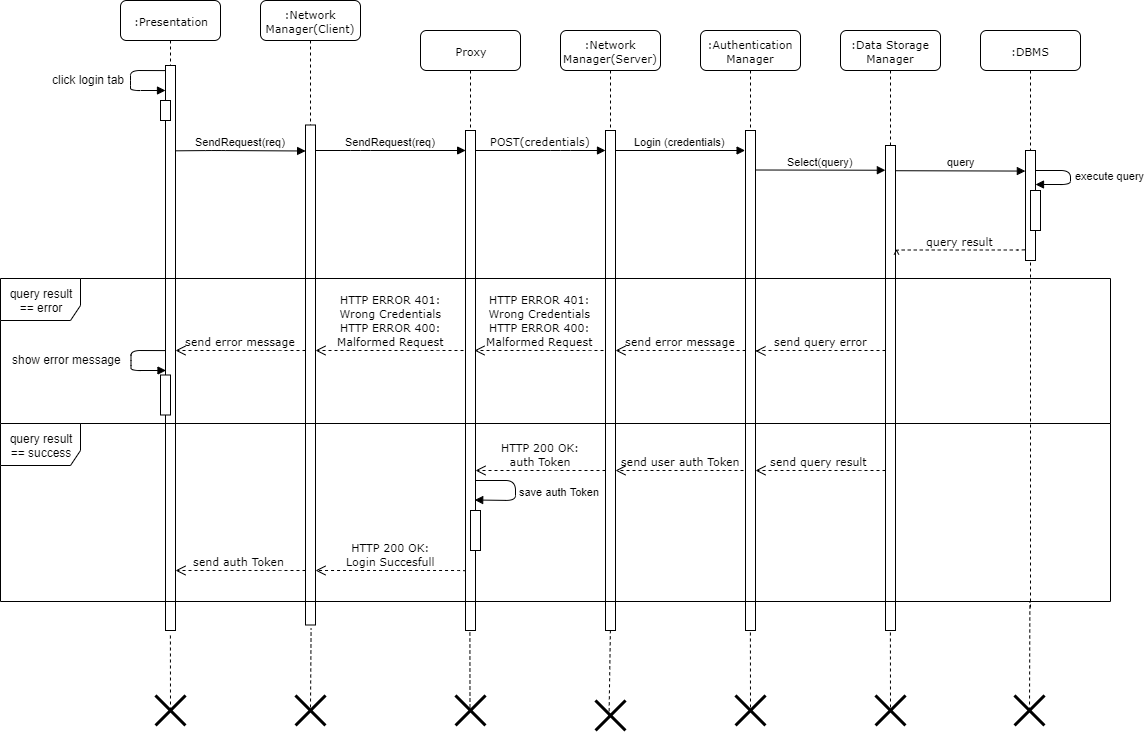
dariomiceli3/SafeStreet keeps this draw.io diagram as DD/img/sequence_diagrams/Login_Sequence.png. Above is the earlier version. Source tidied: cells renumbered, new cells last; positions are measured from the earlier drawing's top-left corner, leaving out a move shared by most shapes.
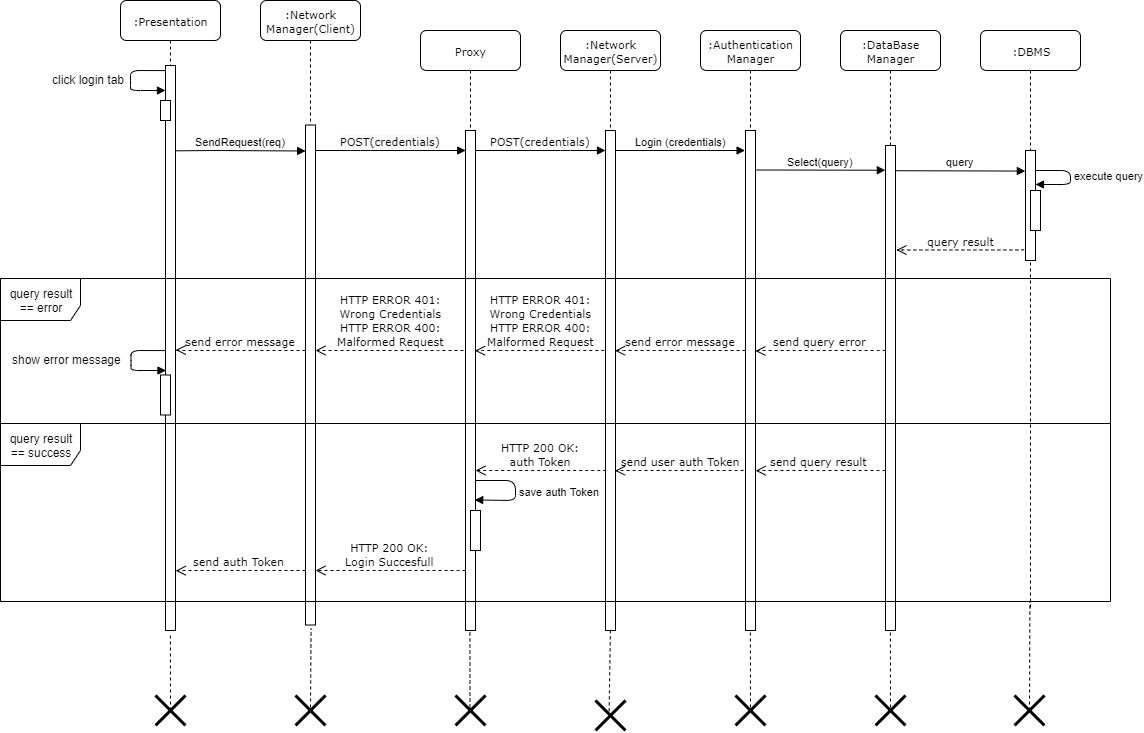
The same diagram one commit later.

Commit message:
fix sequence diagram

The edit, as a diff of the source:
```diff
@@ -30,7 +30,7 @@
     <mxCell id="8" value="&lt;font style=&quot;font-size: 11px&quot;&gt;:Authentication Manager&lt;/font&gt;" style="shape=umlLifeline;perimeter=lifelinePerimeter;whiteSpace=wrap;html=1;rounded=1;shadow=0;comic=0;labelBackgroundColor=none;strokeWidth=1;fontFamily=Verdana;fontSize=12;align=center;" parent="1" vertex="1">
       <mxGeometry x="700" y="30" width="100" height="580" as="geometry" />
     </mxCell>
-    <mxCell id="9" value="&lt;font style=&quot;font-size: 11px&quot;&gt;:Data Storage Manager&lt;/font&gt;" style="shape=umlLifeline;perimeter=lifelinePerimeter;whiteSpace=wrap;html=1;rounded=1;shadow=0;comic=0;labelBackgroundColor=none;strokeWidth=1;fontFamily=Verdana;fontSize=12;align=center;" parent="1" vertex="1">
+    <mxCell id="9" value="&lt;font style=&quot;font-size: 11px&quot;&gt;:DataBase Manager&lt;/font&gt;" style="shape=umlLifeline;perimeter=lifelinePerimeter;whiteSpace=wrap;html=1;rounded=1;shadow=0;comic=0;labelBackgroundColor=none;strokeWidth=1;fontFamily=Verdana;fontSize=12;align=center;" parent="1" vertex="1">
       <mxGeometry x="840" y="30" width="100" height="600" as="geometry" />
     </mxCell>
     <mxCell id="10" style="html=1;points=[];perimeter=orthogonalPerimeter;rounded=0;shadow=0;comic=0;labelBackgroundColor=none;strokeWidth=1;fontFamily=Verdana;fontSize=12;align=center;" parent="9" vertex="1">
@@ -95,7 +95,7 @@
         </Array>
       </mxGeometry>
     </mxCell>
-    <mxCell id="23" value="SendRequest(req)" style="html=1;verticalAlign=bottom;endArrow=block;entryX=0.013;entryY=0.04;entryDx=0;entryDy=0;entryPerimeter=0;" parent="1" edge="1" target="5">
+    <mxCell id="23" value="&lt;span style=&quot;font-family: &amp;#34;verdana&amp;#34; ; background-color: rgb(248 , 249 , 250)&quot;&gt;POST(credentials)&lt;/span&gt;" style="html=1;verticalAlign=bottom;endArrow=block;entryX=0.013;entryY=0.04;entryDx=0;entryDy=0;entryPerimeter=0;" parent="1" edge="1" target="5">
       <mxGeometry relative="1" as="geometry">
         <mxPoint x="315" y="150" as="sourcePoint" />
         <Array as="points">
```
